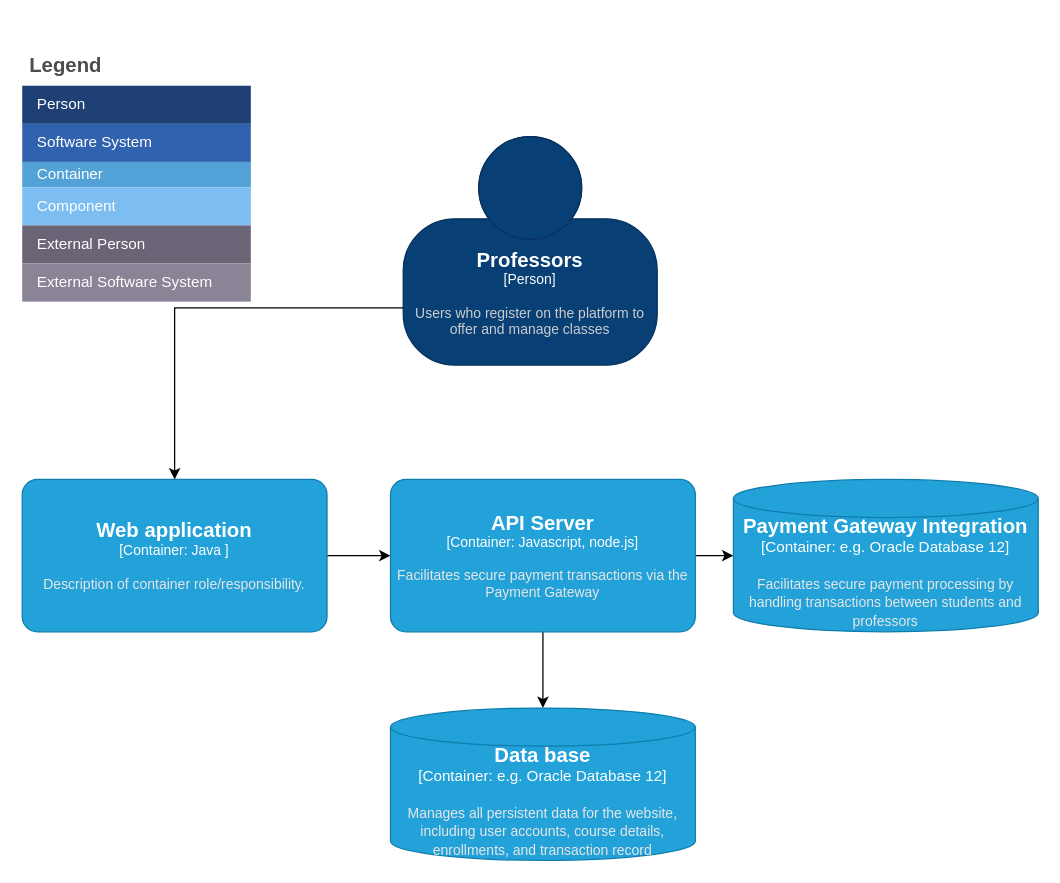
The draw.io diagram level2.drawio in elisenpedersen/c4-model, before the edit. Source tidied: cells renumbered, new cells numbered last; positions are measured from the earlier drawing's top-left corner, leaving out a move shared by most shapes. Both pictures are drawn from the tidied source at 127%, with x=0, y=0 at pixel (22, 47).
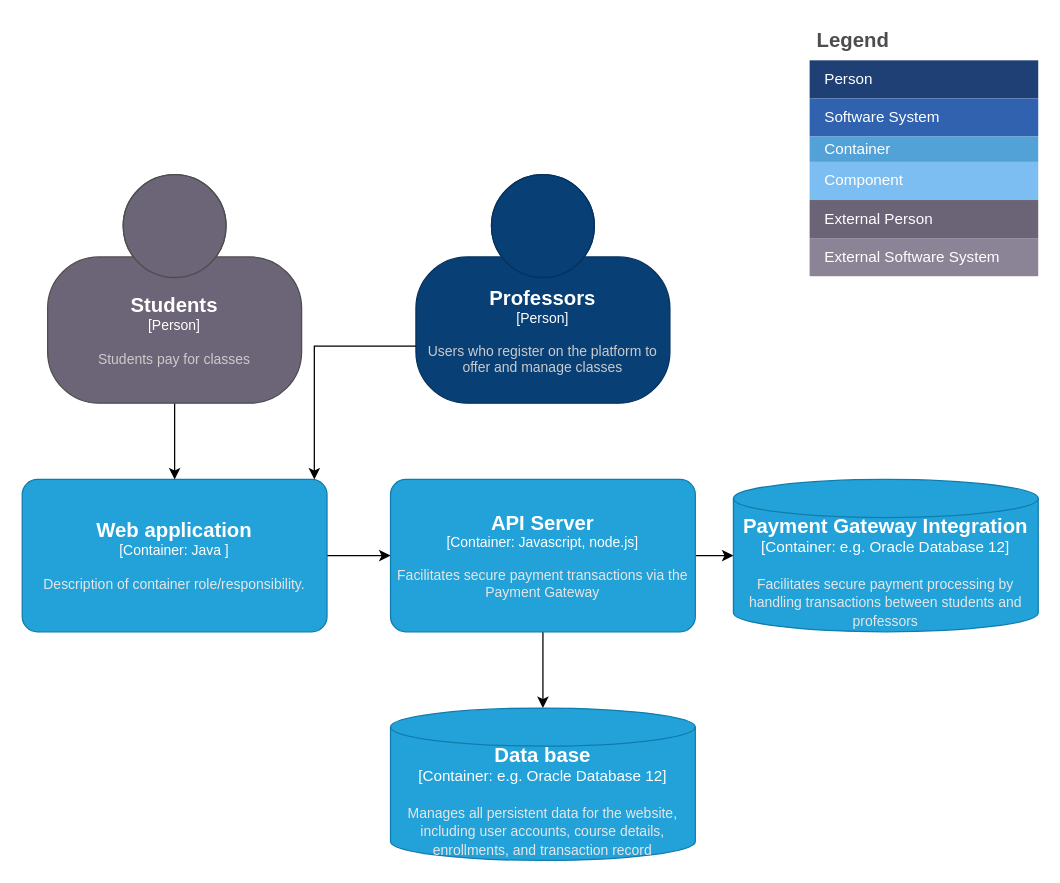
The same page after the edit.

Unchanged cells that the change refers to:
```xml
<object id="17" label="&lt;font style=&quot;font-size: 16px&quot;&gt;&lt;b&gt;%c4Name%&lt;/b&gt;&lt;/font&gt;&lt;div&gt;[%c4Type%: %c4Technology%]&lt;/div&gt;&lt;br&gt;&lt;div&gt;&lt;font style=&quot;font-size: 11px&quot;&gt;&lt;font color=&quot;#E6E6E6&quot;&gt;%c4Description%&lt;/font&gt;&lt;/div&gt;" c4Description="Description of container role/responsibility." c4Name="Web application" c4Technology="Java " c4Type="Container" placeholders="1">
  <mxCell style="rounded=1;whiteSpace=wrap;html=1;fontSize=11;labelBackgroundColor=none;fillColor=#23A2D9;fontColor=#ffffff;align=center;arcSize=10;strokeColor=#0E7DAD;points=[[0.25,0,0],[0.5,0,0],[0.75,0,0],[1,0.25,0],[1,0.5,0],[1,0.75,0],[0.75,1,0],[0.5,1,0],[0.25,1,0],[0,0.75,0],[0,0.5,0],[0,0.25,0]];" parent="1" vertex="1">
    <mxGeometry y="340" width="240" height="120" as="geometry" />
  </mxCell>
</object>
```

Diff of the diagram source:
```diff
@@
     <object id="2" label="&lt;font style=&quot;font-size: 16px&quot;&gt;&lt;b&gt;%c4Name%&lt;/b&gt;&lt;/font&gt;&lt;div&gt;[%c4Type%]&lt;/div&gt;&lt;br&gt;&lt;div&gt;&lt;font style=&quot;font-size: 11px&quot;&gt;&lt;font color=&quot;#cccccc&quot;&gt;%c4Description%&lt;/font&gt;&lt;/div&gt;" c4Description="Users who register on the platform to offer and manage classes" c4Name="Professors " c4Type="Person" placeholders="1">
       <mxCell style="html=1;fontSize=11;dashed=0;whiteSpace=wrap;fillColor=#083F75;strokeColor=#06315C;fontColor=#ffffff;shape=mxgraph.c4.person2;align=center;points=[[0.5,0,0],[1,0.5,0],[1,0.75,0],[0.75,1,0],[0.5,1,0],[0.25,1,0],[0,0.75,0],[0,0.5,0]];" parent="1" vertex="1">
-        <mxGeometry x="300" y="70" width="200" height="180" as="geometry" />
+        <mxGeometry x="310" y="100" width="200" height="180" as="geometry" />
       </mxCell>
     </object>
     <mxCell id="3" value="Legend" style="shape=table;startSize=30;childLayout=tableLayout;fontSize=16;align=left;verticalAlign=top;fillColor=none;strokeColor=none;fontColor=#4D4D4D;fontStyle=1;spacingLeft=6;spacing=0;" parent="1" vertex="1">
-      <mxGeometry width="180" height="200" as="geometry" />
+      <mxGeometry x="620" y="-20" width="180" height="200" as="geometry" />
     </mxCell>
@@
-    <mxCell id="18" style="edgeStyle=orthogonalEdgeStyle;rounded=0;jettySize=auto;html=1;exitX=0;exitY=0.75;exitDx=0;exitDy=0;exitPerimeter=0;entryX=0.5;entryY=0;entryDx=0;entryDy=0;entryPerimeter=0;" parent="1" edge="1" source="2" target="17">
-      <mxGeometry relative="1" as="geometry" />
+    <mxCell id="18" style="edgeStyle=orthogonalEdgeStyle;rounded=0;jettySize=auto;html=1;exitX=0;exitY=0.75;exitDx=0;exitDy=0;exitPerimeter=0;" parent="1" edge="1" source="2">
+      <mxGeometry relative="1" as="geometry">
+        <mxPoint x="230" y="340" as="targetPoint" />
+        <Array as="points">
+          <mxPoint x="230" y="235" />
+        </Array>
+      </mxGeometry>
     </mxCell>
@@
+    <mxCell id="24" style="edgeStyle=orthogonalEdgeStyle;rounded=0;jettySize=auto;html=1;" parent="1" edge="1" source="25" target="17">
+      <mxGeometry relative="1" as="geometry" />
+    </mxCell>
+    <object id="25" label="&lt;font style=&quot;font-size: 16px&quot;&gt;&lt;b&gt;%c4Name%&lt;/b&gt;&lt;/font&gt;&lt;div&gt;[%c4Type%]&lt;/div&gt;&lt;br&gt;&lt;div&gt;&lt;font style=&quot;font-size: 11px&quot;&gt;&lt;font color=&quot;#cccccc&quot;&gt;%c4Description%&lt;/font&gt;&lt;/div&gt;" c4Description="Students pay for classes " c4Name="Students" c4Type="Person" placeholders="1">
+      <mxCell style="html=1;fontSize=11;dashed=0;whiteSpace=wrap;fillColor=#6C6477;strokeColor=#4D4D4D;fontColor=#ffffff;shape=mxgraph.c4.person2;align=center;points=[[0.5,0,0],[1,0.5,0],[1,0.75,0],[0.75,1,0],[0.5,1,0],[0.25,1,0],[0,0.75,0],[0,0.5,0]];" parent="1" vertex="1">
+        <mxGeometry x="20" y="100" width="200" height="180" as="geometry" />
+      </mxCell>
+    </object>
```
